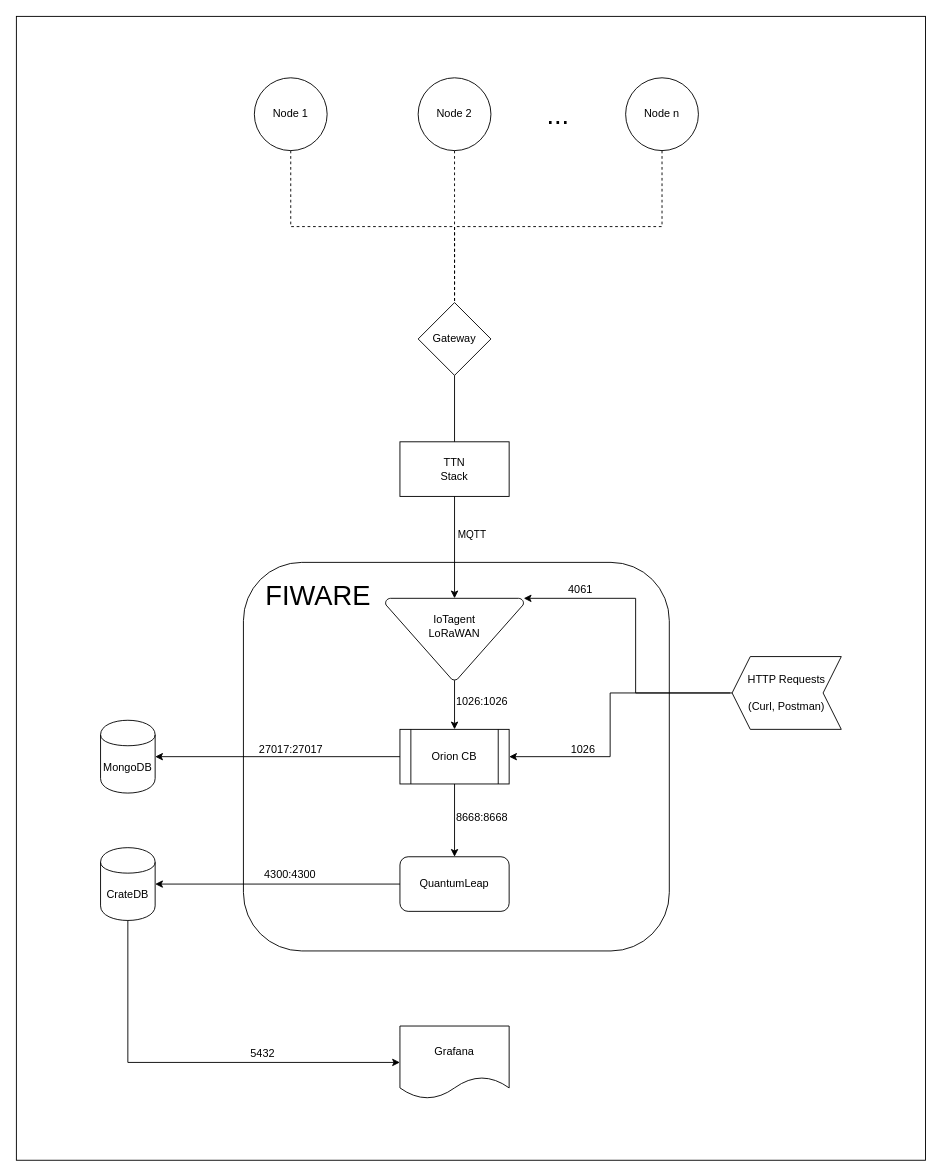
Above: docs/schemes/main_scheme.drawio in jfernandz/lora-arduino-dendrometer (draw.io), before the change. Source tidied: cells renumbered, new cells numbered last; positions are measured from the earlier drawing's top-left corner, leaving out a move shared by most shapes. Both pictures are drawn from the tidied source at 91%, with x=0, y=0 at pixel (15, 15).
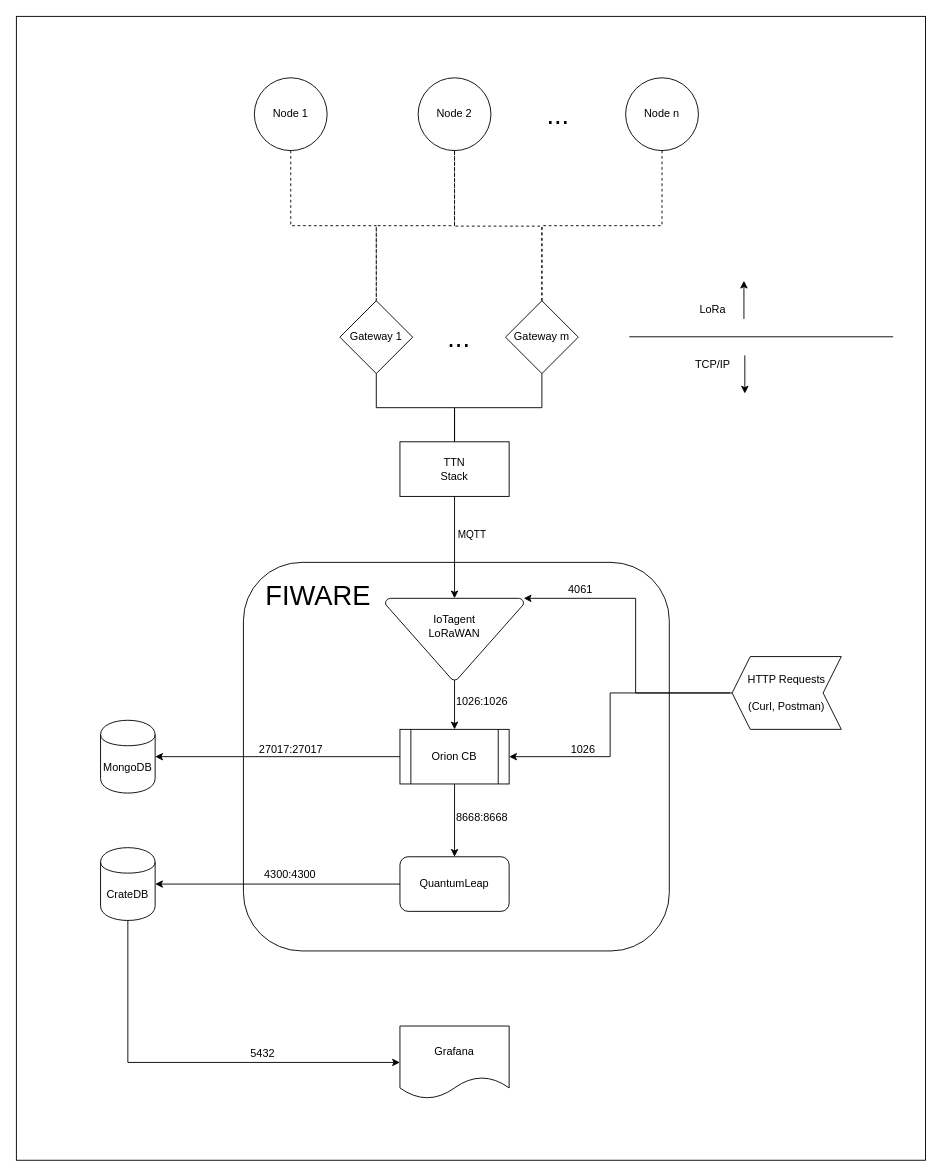
The same page after the edit.

Unchanged cells that the change refers to:
```xml
<mxCell id="5" value="Node 1" style="ellipse;whiteSpace=wrap;html=1;fillColor=none;strokeColor=#000000;fontColor=#000000;" parent="1" vertex="1">
  <mxGeometry x="262" y="68" width="80" height="80" as="geometry" />
</mxCell>
<mxCell id="7" value="Node 2&lt;br&gt;" style="ellipse;whiteSpace=wrap;html=1;fillColor=none;strokeColor=#000000;fontColor=#000000;" parent="1" vertex="1">
  <mxGeometry x="442" y="68" width="80" height="80" as="geometry" />
</mxCell>
<mxCell id="15" value="TTN&lt;br&gt;Stack" style="rounded=0;whiteSpace=wrap;html=1;strokeWidth=1;fillColor=none;strokeColor=#000000;fontColor=#000000;" parent="1" vertex="1">
  <mxGeometry x="422" y="468" width="120" height="60" as="geometry" />
</mxCell>
```

Change to the diagram source:
```diff
@@
-    <mxCell id="4" style="edgeStyle=orthogonalEdgeStyle;rounded=0;jettySize=auto;html=1;exitX=0.5;exitY=1;exitDx=0;exitDy=0;entryX=0.5;entryY=0;entryDx=0;entryDy=0;dashed=1;endArrow=none;endFill=0;fontColor=#000000;fillColor=#f5f5f5;strokeColor=#000000;" parent="1" edge="1" source="5" target="11">
-      <mxGeometry relative="1" as="geometry" />
-    </mxCell>
+    <mxCell id="36" style="edgeStyle=orthogonalEdgeStyle;rounded=0;jettySize=auto;html=1;exitX=0.5;exitY=1;exitDx=0;exitDy=0;entryX=0.5;entryY=0;entryDx=0;entryDy=0;endArrow=none;endFill=0;strokeColor=#000000;dashed=1;" parent="1" edge="1" source="5" target="44">
+      <mxGeometry relative="1" as="geometry" />
+    </mxCell>
@@
-    <mxCell id="11" value="Gateway&lt;br&gt;" style="rhombus;whiteSpace=wrap;html=1;fillColor=none;strokeColor=#000000;fontColor=#000000;" parent="1" vertex="1">
-      <mxGeometry x="442" y="315" width="80" height="80" as="geometry" />
+    <mxCell id="11" value="Gateway m" style="rhombus;whiteSpace=wrap;html=1;fillColor=none;strokeColor=#000000;fontColor=#000000;" parent="1" vertex="1">
+      <mxGeometry x="538" y="313" width="80" height="80" as="geometry" />
     </mxCell>
@@
+    <mxCell id="37" style="endArrow=none;html=1;strokeColor=#000000;" parent="1" edge="1">
+      <mxGeometry relative="1" as="geometry">
+        <mxPoint x="674" y="352.6" as="sourcePoint" />
+        <mxPoint x="964" y="352.6" as="targetPoint" />
+      </mxGeometry>
+    </mxCell>
+    <mxCell id="38" value="LoRa" style="text;html=1;strokeColor=none;fillColor=none;align=center;verticalAlign=middle;whiteSpace=wrap;rounded=0;fontColor=#000000;" parent="1" vertex="1">
+      <mxGeometry x="746" y="313" width="40" height="20" as="geometry" />
+    </mxCell>
+    <mxCell id="39" value="TCP/IP" style="text;html=1;strokeColor=none;fillColor=none;align=center;verticalAlign=middle;whiteSpace=wrap;rounded=0;fontColor=#000000;" parent="1" vertex="1">
+      <mxGeometry x="746" y="373" width="40" height="20" as="geometry" />
+    </mxCell>
+    <mxCell id="40" style="endArrow=classic;html=1;strokeColor=#000000;fontColor=#000000;" parent="1" edge="1">
+      <mxGeometry relative="1" as="geometry">
+        <mxPoint x="800" y="333" as="sourcePoint" />
+        <mxPoint x="800" y="291" as="targetPoint" />
+      </mxGeometry>
+    </mxCell>
+    <mxCell id="41" style="endArrow=none;html=1;strokeColor=#000000;fontColor=#000000;startArrow=classic;startFill=1;endFill=0;" parent="1" edge="1">
+      <mxGeometry relative="1" as="geometry">
+        <mxPoint x="801" y="415" as="sourcePoint" />
+        <mxPoint x="801" y="373" as="targetPoint" />
+      </mxGeometry>
+    </mxCell>
+    <mxCell id="42" style="edgeStyle=orthogonalEdgeStyle;rounded=0;jettySize=auto;html=1;exitX=0.5;exitY=0;exitDx=0;exitDy=0;entryX=0.5;entryY=1;entryDx=0;entryDy=0;endArrow=none;endFill=0;strokeColor=#000000;dashed=1;" parent="1" edge="1" source="44" target="7">
+      <mxGeometry relative="1" as="geometry" />
+    </mxCell>
+    <mxCell id="43" style="edgeStyle=orthogonalEdgeStyle;rounded=0;jettySize=auto;html=1;exitX=0.5;exitY=1;exitDx=0;exitDy=0;entryX=0.5;entryY=0;entryDx=0;entryDy=0;endArrow=none;endFill=0;strokeColor=#000000;" parent="1" edge="1" source="44" target="15">
+      <mxGeometry relative="1" as="geometry" />
+    </mxCell>
+    <mxCell id="44" value="Gateway 1" style="rhombus;whiteSpace=wrap;html=1;fillColor=none;strokeColor=#000000;fontColor=#000000;" parent="1" vertex="1">
+      <mxGeometry x="356" y="313" width="80" height="80" as="geometry" />
+    </mxCell>
+    <mxCell id="45" value="&lt;font style=&quot;font-size: 30px&quot;&gt;...&lt;/font&gt;" style="text;html=1;align=center;verticalAlign=middle;whiteSpace=wrap;rounded=0;strokeWidth=5;fillColor=none;strokeColor=none;fontColor=#000000;" parent="1" vertex="1">
+      <mxGeometry x="467" y="343" width="40" height="20" as="geometry" />
+    </mxCell>
```
